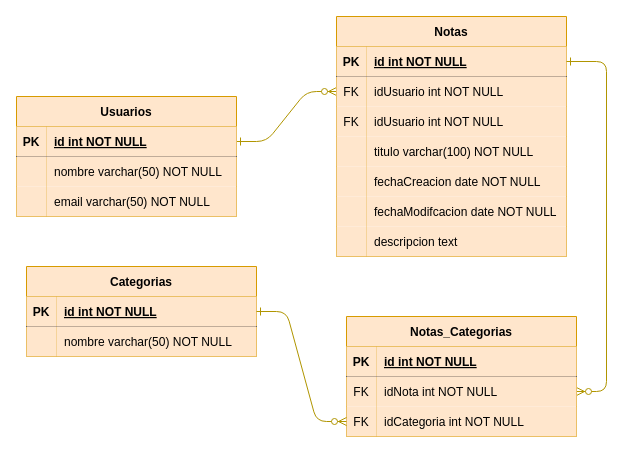
Before: tareasDB-ER.drawio in antoniooroug/tareasDataBase, a draw.io diagram. Source tidied: cells renumbered, new cells numbered last; positions are measured from the earlier drawing's top-left corner, leaving out a move shared by most shapes. Both pictures are drawn from the tidied source at 100%, with x=0, y=0 at pixel (16, 16).
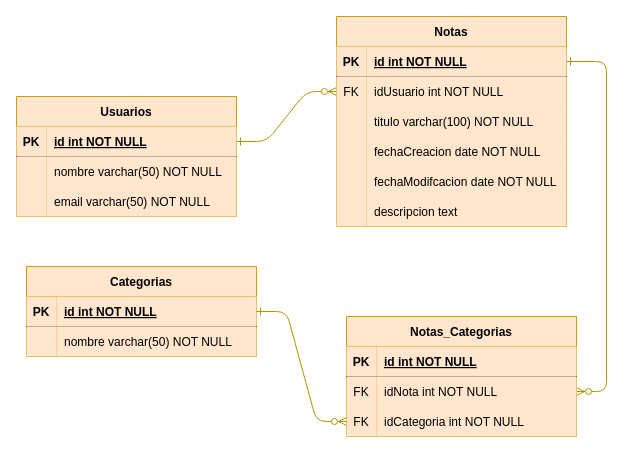
After the change.

What changed in the source:
```diff
@@
     <mxCell id="3" value="Notas" style="shape=table;startSize=30;childLayout=tableLayout;rowLines=0;fontStyle=1;align=center;fillColor=#ffe6cc;strokeColor=#d79b00;" parent="1" vertex="1">
-      <mxGeometry x="320" width="230" height="240" as="geometry" />
+      <mxGeometry x="320" width="230" height="210" as="geometry" />
     </mxCell>
@@
-    <mxCell id="10" style="shape=partialRectangle;fillColor=none;top=0;left=0;right=0;bottom=0;" parent="3" vertex="1">
-      <mxGeometry y="90" width="230" height="30" as="geometry" />
-    </mxCell>
-    <mxCell id="11" value="FK" style="shape=partialRectangle;overflow=hidden;fillColor=#ffe6cc;top=0;left=0;bottom=0;right=0;strokeColor=#d79b00;" parent="10" vertex="1">
-      <mxGeometry width="30" height="30" as="geometry" />
-    </mxCell>
-    <mxCell id="12" value="idUsuario int NOT NULL" style="shape=partialRectangle;overflow=hidden;fillColor=#ffe6cc;top=0;left=0;bottom=0;right=0;align=left;spacingLeft=6;strokeColor=#d79b00;" parent="10" vertex="1">
-      <mxGeometry x="30" width="200" height="30" as="geometry" />
-    </mxCell>
     <mxCell id="13" style="shape=partialRectangle;fillColor=none;top=0;left=0;right=0;bottom=0;" parent="3" vertex="1">
-      <mxGeometry y="120" width="230" height="30" as="geometry" />
+      <mxGeometry y="90" width="230" height="30" as="geometry" />
     </mxCell>
@@
     <mxCell id="16" style="shape=partialRectangle;fillColor=none;top=0;left=0;right=0;bottom=0;" parent="3" vertex="1">
-      <mxGeometry y="150" width="230" height="30" as="geometry" />
+      <mxGeometry y="120" width="230" height="30" as="geometry" />
     </mxCell>
@@
     <mxCell id="19" style="shape=partialRectangle;fillColor=none;top=0;left=0;right=0;bottom=0;" parent="3" vertex="1">
-      <mxGeometry y="180" width="230" height="30" as="geometry" />
+      <mxGeometry y="150" width="230" height="30" as="geometry" />
     </mxCell>
@@
     <mxCell id="22" style="shape=partialRectangle;fillColor=none;top=0;left=0;right=0;bottom=0;" parent="3" vertex="1">
-      <mxGeometry y="210" width="230" height="30" as="geometry" />
+      <mxGeometry y="180" width="230" height="30" as="geometry" />
     </mxCell>
```
